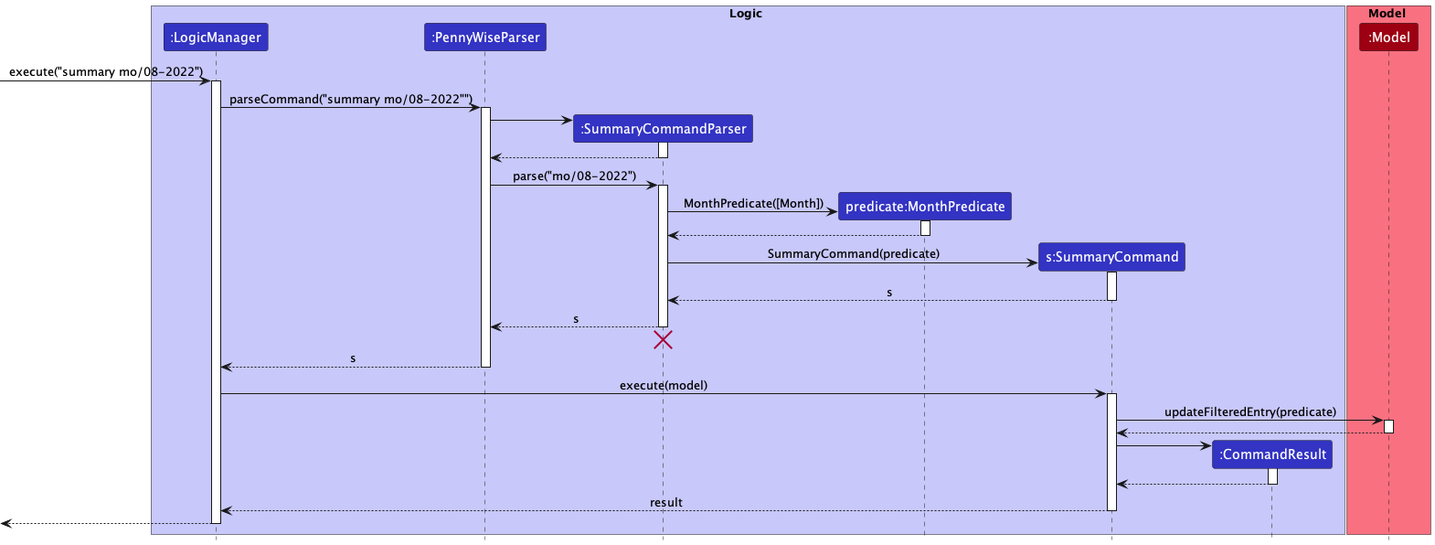
This is docs/images/SummarySequenceDiagram.png from nus-cs2103-AY2223S1/tp, a PlantUML export, as it was before one commit.
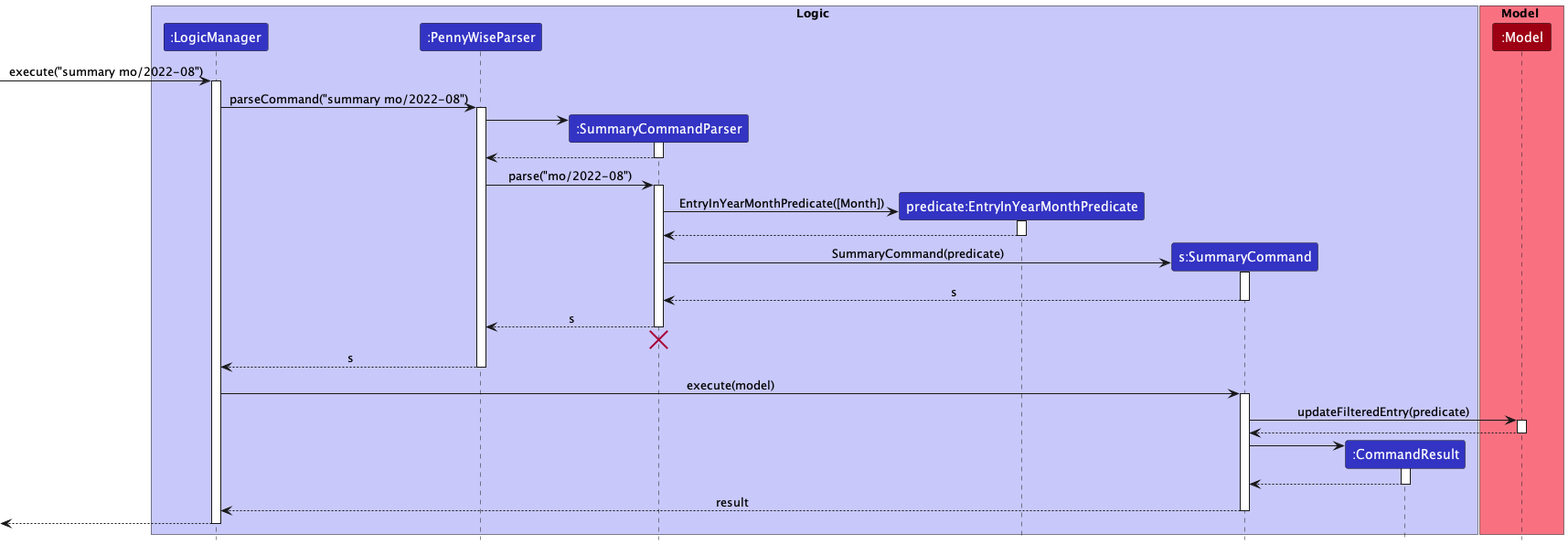
The same file after the commit.

Commit message:
update dg summary command

The edit, as a diff of the source:
```diff
@@ -5,7 +5,7 @@
 participant ":LogicManager" as LogicManager LOGIC_COLOR
 participant ":PennyWiseParser" as PennyWiseParser LOGIC_COLOR
 participant ":SummaryCommandParser" as SummaryCommandParser LOGIC_COLOR
-participant "predicate:MonthPredicate" as MonthPredicate LOGIC_COLOR
+participant "predicate:EntryInYearMonthPredicate" as EntryInYearMonthPredicate LOGIC_COLOR
 participant "s:SummaryCommand" as SummaryCommand LOGIC_COLOR
 participant ":CommandResult" as CommandResult LOGIC_COLOR
 end box
@@ -14,10 +14,10 @@
 participant ":Model" as Model MODEL_COLOR
 end box
 
-[-> LogicManager : execute("summary mo/08-2022")
+[-> LogicManager : execute("summary mo/2022-08")
 activate LogicManager
 
-LogicManager -> PennyWiseParser : parseCommand("summary mo/08-2022"")
+LogicManager -> PennyWiseParser : parseCommand("summary mo/2022-08")
 activate PennyWiseParser
 
 create SummaryCommandParser
@@ -27,15 +27,15 @@
 SummaryCommandParser --> PennyWiseParser
 deactivate SummaryCommandParser
 
-PennyWiseParser -> SummaryCommandParser : parse("mo/08-2022")
+PennyWiseParser -> SummaryCommandParser : parse("mo/2022-08")
 activate SummaryCommandParser
 
-create MonthPredicate
-SummaryCommandParser -> MonthPredicate : MonthPredicate([Month])
-activate MonthPredicate
+create EntryInYearMonthPredicate
+SummaryCommandParser -> EntryInYearMonthPredicate : EntryInYearMonthPredicate([Month])
+activate EntryInYearMonthPredicate
 
-MonthPredicate --> SummaryCommandParser
-deactivate MonthPredicate
+EntryInYearMonthPredicate --> SummaryCommandParser
+deactivate EntryInYearMonthPredicate
 
 create SummaryCommand
 SummaryCommandParser -> SummaryCommand : SummaryCommand(predicate)
```
